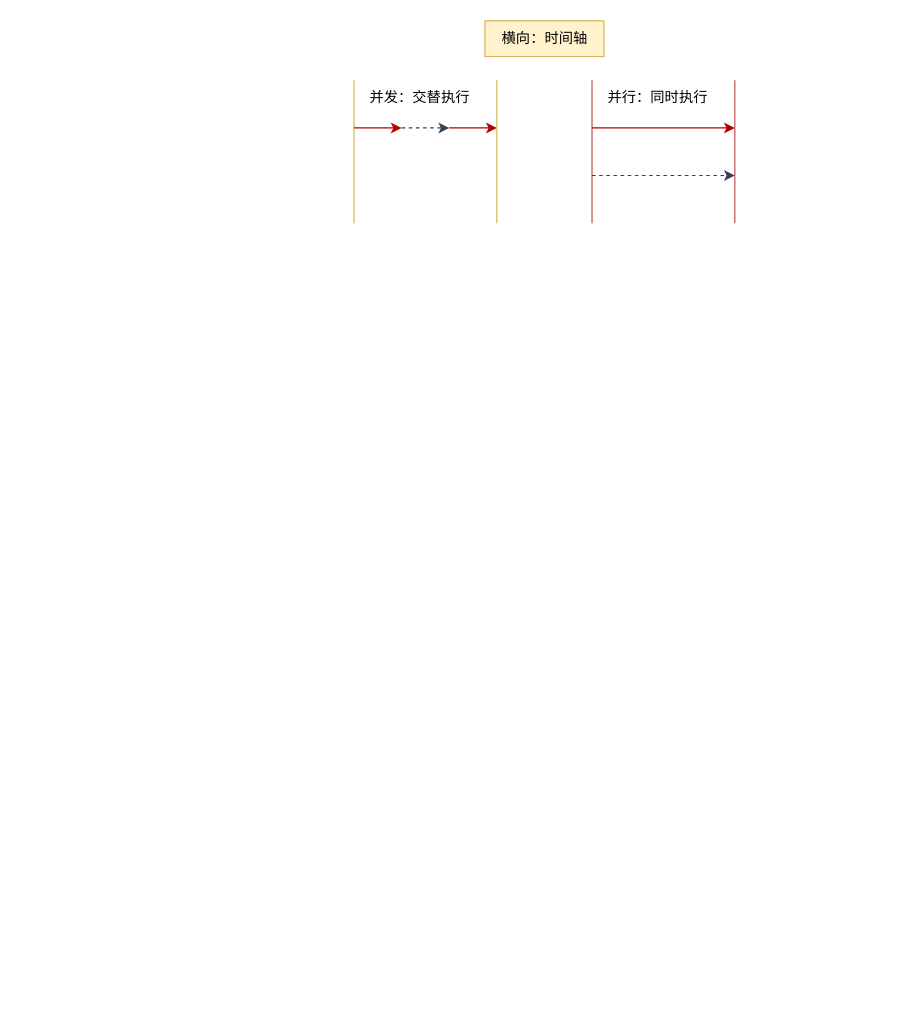
Earlier version of the draw.io diagram huhx-blog.drawio (huhx/huhx_diagram). Source tidied: cells renumbered, new cells numbered last; positions are measured from the earlier drawing's top-left corner, leaving out a move shared by most shapes. Both pictures are drawn from the tidied source at 119%, with x=0, y=0 at pixel (353, 20).
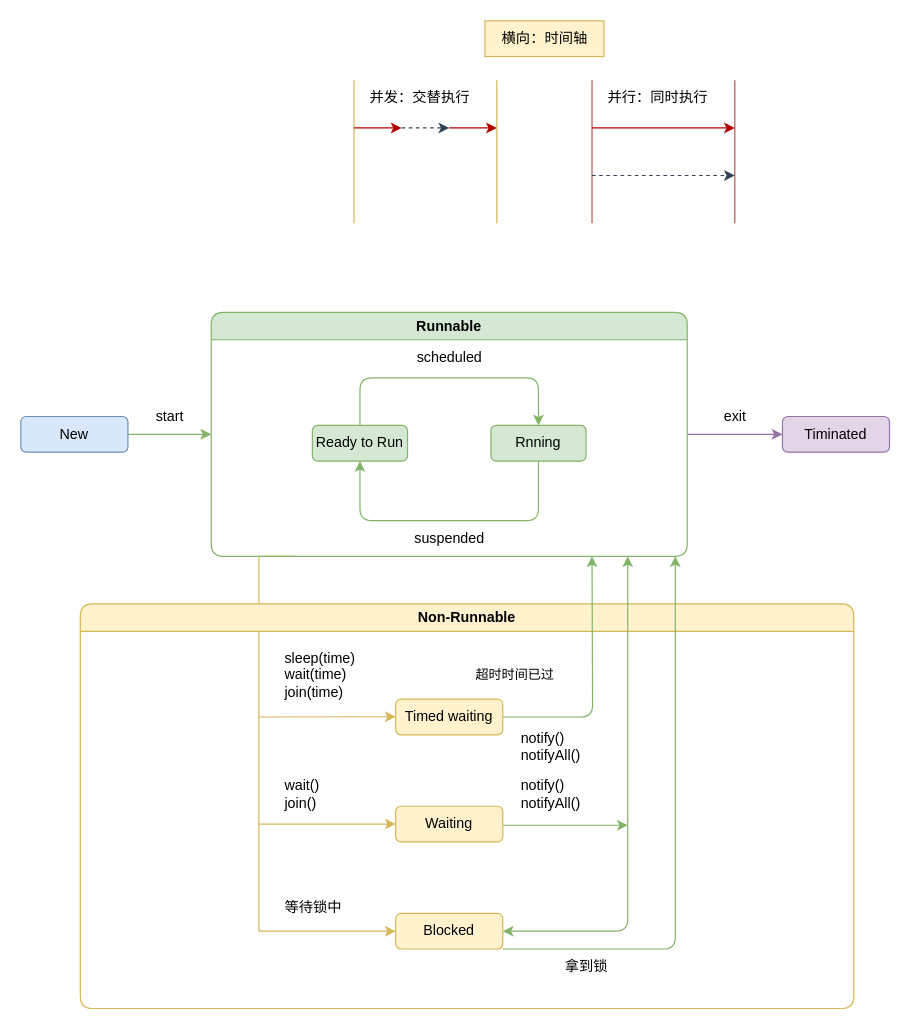
Above is the later version.

Diff of the diagram source:
```diff
@@
+    <mxCell id="14" style="edgeStyle=orthogonalEdgeStyle;rounded=0;jettySize=auto;html=1;entryX=0;entryY=0.5;entryDx=0;entryDy=0;fillColor=#d5e8d4;strokeColor=#82b366;" parent="1" edge="1" source="15" target="19">
+      <mxGeometry relative="1" as="geometry" />
+    </mxCell>
+    <mxCell id="15" value="New" style="rounded=1;whiteSpace=wrap;html=1;fillColor=#dae8fc;strokeColor=#6c8ebf;" parent="1" vertex="1">
+      <mxGeometry x="-280" y="332.5" width="90" height="30" as="geometry" />
+    </mxCell>
+    <mxCell id="16" style="edgeStyle=orthogonalEdgeStyle;rounded=0;orthogonalLoop=1;jettySize=auto;html=1;exitX=0.5;exitY=1;exitDx=0;exitDy=0;" parent="1" edge="1" source="15" target="15">
+      <mxGeometry relative="1" as="geometry" />
+    </mxCell>
+    <mxCell id="17" style="edgeStyle=orthogonalEdgeStyle;rounded=0;jettySize=auto;html=1;fillColor=#e1d5e7;strokeColor=#9673a6;entryX=0;entryY=0.5;entryDx=0;entryDy=0;" parent="1" edge="1" source="19" target="26">
+      <mxGeometry relative="1" as="geometry" />
+    </mxCell>
+    <mxCell id="18" style="edgeStyle=orthogonalEdgeStyle;rounded=0;jettySize=auto;html=1;entryX=0;entryY=0.5;entryDx=0;entryDy=0;fillColor=#fff2cc;strokeColor=#d6b656;" parent="1" edge="1" target="35">
+      <mxGeometry relative="1" as="geometry">
+        <mxPoint x="-50" y="450" as="sourcePoint" />
+        <Array as="points">
+          <mxPoint x="-80" y="450" />
+          <mxPoint x="-80" y="765" />
+        </Array>
+      </mxGeometry>
+    </mxCell>
+    <mxCell id="19" value="Runnable" style="swimlane;whiteSpace=wrap;html=1;fillColor=#d5e8d4;strokeColor=#82b366;rounded=1;" parent="1" vertex="1">
+      <mxGeometry x="-120" y="245" width="400" height="205" as="geometry" />
+    </mxCell>
+    <mxCell id="20" style="edgeStyle=orthogonalEdgeStyle;rounded=1;jettySize=auto;html=1;fillColor=#d5e8d4;strokeColor=#82b366;" parent="19" edge="1" source="21" target="23">
+      <mxGeometry relative="1" as="geometry">
+        <Array as="points">
+          <mxPoint x="125" y="55" />
+          <mxPoint x="275" y="55" />
+        </Array>
+      </mxGeometry>
+    </mxCell>
+    <mxCell id="21" value="Ready to Run" style="rounded=1;whiteSpace=wrap;html=1;fillColor=#d5e8d4;strokeColor=#82b366;" parent="19" vertex="1">
+      <mxGeometry x="85" y="95" width="80" height="30" as="geometry" />
+    </mxCell>
+    <mxCell id="22" style="edgeStyle=orthogonalEdgeStyle;rounded=1;jettySize=auto;html=1;fillColor=#d5e8d4;strokeColor=#82b366;" parent="19" edge="1" source="23" target="21">
+      <mxGeometry relative="1" as="geometry">
+        <Array as="points">
+          <mxPoint x="275" y="175" />
+          <mxPoint x="125" y="175" />
+        </Array>
+      </mxGeometry>
+    </mxCell>
+    <mxCell id="23" value="Rnning" style="rounded=1;whiteSpace=wrap;html=1;fillColor=#d5e8d4;strokeColor=#82b366;" parent="19" vertex="1">
+      <mxGeometry x="235" y="95" width="80" height="30" as="geometry" />
+    </mxCell>
+    <mxCell id="24" value="suspended" style="text;html=1;align=center;verticalAlign=middle;strokeColor=none;fillColor=none;" parent="19" vertex="1">
+      <mxGeometry x="160" y="175" width="80" height="30" as="geometry" />
+    </mxCell>
+    <mxCell id="25" value="scheduled" style="text;html=1;align=center;verticalAlign=middle;strokeColor=none;fillColor=none;" parent="1" vertex="1">
+      <mxGeometry x="40" y="268" width="80" height="30" as="geometry" />
+    </mxCell>
+    <mxCell id="26" value="Timinated" style="rounded=1;whiteSpace=wrap;html=1;fillColor=#e1d5e7;strokeColor=#9673a6;" parent="1" vertex="1">
+      <mxGeometry x="360" y="332.5" width="90" height="30" as="geometry" />
+    </mxCell>
+    <mxCell id="27" value="start" style="text;html=1;align=center;verticalAlign=middle;strokeColor=none;fillColor=none;" parent="1" vertex="1">
+      <mxGeometry x="-180" y="318" width="50" height="30" as="geometry" />
+    </mxCell>
+    <mxCell id="28" value="exit" style="text;html=1;align=center;verticalAlign=middle;strokeColor=none;fillColor=none;" parent="1" vertex="1">
+      <mxGeometry x="300" y="318" width="40" height="30" as="geometry" />
+    </mxCell>
+    <mxCell id="29" value="Non-Runnable" style="swimlane;whiteSpace=wrap;html=1;rounded=1;fillColor=#fff2cc;strokeColor=#d6b656;" parent="1" vertex="1">
+      <mxGeometry x="-230" y="490" width="650" height="340" as="geometry" />
+    </mxCell>
+    <mxCell id="30" style="edgeStyle=orthogonalEdgeStyle;rounded=1;jettySize=auto;html=1;fillColor=#d5e8d4;strokeColor=#82b366;" parent="29" edge="1" source="31">
+      <mxGeometry relative="1" as="geometry">
+        <mxPoint x="430" y="-40" as="targetPoint" />
+      </mxGeometry>
+    </mxCell>
+    <mxCell id="31" value="Timed waiting" style="rounded=1;whiteSpace=wrap;html=1;fillColor=#fff2cc;strokeColor=#d6b656;" parent="29" vertex="1">
+      <mxGeometry x="265" y="80" width="90" height="30" as="geometry" />
+    </mxCell>
+    <mxCell id="32" style="edgeStyle=orthogonalEdgeStyle;rounded=0;orthogonalLoop=1;jettySize=auto;html=1;fillColor=#d5e8d4;strokeColor=#82b366;" parent="29" edge="1">
+      <mxGeometry relative="1" as="geometry">
+        <mxPoint x="350" y="186" as="sourcePoint" />
+        <mxPoint x="460" y="186" as="targetPoint" />
+      </mxGeometry>
+    </mxCell>
+    <mxCell id="33" value="Waiting" style="rounded=1;whiteSpace=wrap;html=1;fillColor=#fff2cc;strokeColor=#d6b656;" parent="29" vertex="1">
+      <mxGeometry x="265" y="170" width="90" height="30" as="geometry" />
+    </mxCell>
+    <mxCell id="34" style="edgeStyle=orthogonalEdgeStyle;rounded=1;jettySize=auto;html=1;exitX=1;exitY=0.5;exitDx=0;exitDy=0;strokeColor=#82b366;startArrow=classic;startFill=1;fillColor=#d5e8d4;" parent="29" edge="1" source="35">
+      <mxGeometry relative="1" as="geometry">
+        <mxPoint x="460" y="-40" as="targetPoint" />
+        <Array as="points">
+          <mxPoint x="460" y="275" />
+          <mxPoint x="460" y="-40" />
+        </Array>
+      </mxGeometry>
+    </mxCell>
+    <mxCell id="35" value="Blocked" style="rounded=1;whiteSpace=wrap;html=1;fillColor=#fff2cc;strokeColor=#d6b656;" parent="29" vertex="1">
+      <mxGeometry x="265" y="260" width="90" height="30" as="geometry" />
+    </mxCell>
+    <mxCell id="36" value="拿到锁" style="text;html=1;align=center;verticalAlign=middle;strokeColor=none;fillColor=none;" parent="29" vertex="1">
+      <mxGeometry x="395" y="290" width="60" height="30" as="geometry" />
+    </mxCell>
+    <mxCell id="37" value="&lt;div style=&quot;text-align: left;&quot;&gt;&lt;span style=&quot;background-color: initial;&quot;&gt;notify()&lt;/span&gt;&lt;/div&gt;notifyAll()" style="text;html=1;align=center;verticalAlign=middle;strokeColor=none;fillColor=none;" parent="29" vertex="1">
+      <mxGeometry x="360" y="140" width="70" height="40" as="geometry" />
+    </mxCell>
+    <mxCell id="38" value="&lt;div style=&quot;text-align: left;&quot;&gt;&lt;span style=&quot;background-color: initial;&quot;&gt;notify()&lt;/span&gt;&lt;/div&gt;notifyAll()" style="text;html=1;align=center;verticalAlign=middle;strokeColor=none;fillColor=none;" parent="29" vertex="1">
+      <mxGeometry x="360" y="100" width="70" height="40" as="geometry" />
+    </mxCell>
+    <mxCell id="39" value="&lt;font style=&quot;font-size: 11px;&quot;&gt;超时时间已过&lt;/font&gt;" style="text;html=1;align=center;verticalAlign=middle;strokeColor=none;fillColor=none;" parent="29" vertex="1">
+      <mxGeometry x="320" y="45" width="90" height="30" as="geometry" />
+    </mxCell>
+    <mxCell id="40" value="等待锁中" style="text;html=1;align=left;verticalAlign=middle;strokeColor=none;fillColor=none;" parent="29" vertex="1">
+      <mxGeometry x="170" y="240" width="70" height="30" as="geometry" />
+    </mxCell>
+    <mxCell id="41" style="endArrow=classic;html=1;rounded=0;entryX=0;entryY=0.5;entryDx=0;entryDy=0;fillColor=#fff2cc;strokeColor=#d6b656;" parent="29" edge="1">
+      <mxGeometry relative="1" as="geometry">
+        <mxPoint x="150" y="95" as="sourcePoint" />
+        <mxPoint x="265" y="94.8" as="targetPoint" />
+      </mxGeometry>
+    </mxCell>
+    <mxCell id="42" value="sleep(time)&lt;br&gt;wait(time)&lt;br&gt;join(time)" style="text;html=1;align=left;verticalAlign=middle;strokeColor=none;fillColor=none;" parent="29" vertex="1">
+      <mxGeometry x="170" y="30" width="80" height="60" as="geometry" />
+    </mxCell>
+    <mxCell id="43" value="wait()&lt;br&gt;join()" style="text;html=1;align=left;verticalAlign=middle;strokeColor=none;fillColor=none;" parent="29" vertex="1">
+      <mxGeometry x="170" y="140" width="50" height="40" as="geometry" />
+    </mxCell>
+    <mxCell id="44" style="edgeStyle=orthogonalEdgeStyle;rounded=1;jettySize=auto;html=1;fillColor=#d5e8d4;strokeColor=#82b366;" parent="1" edge="1" source="35">
+      <mxGeometry relative="1" as="geometry">
+        <mxPoint x="270" y="450" as="targetPoint" />
+        <Array as="points">
+          <mxPoint x="270" y="780" />
+          <mxPoint x="270" y="450" />
+        </Array>
+      </mxGeometry>
+    </mxCell>
+    <mxCell id="45" style="endArrow=classic;html=1;rounded=0;entryX=0;entryY=0.5;entryDx=0;entryDy=0;fillColor=#fff2cc;strokeColor=#d6b656;" parent="1" edge="1" target="33">
+      <mxGeometry relative="1" as="geometry">
+        <mxPoint x="-80" y="675" as="sourcePoint" />
+      </mxGeometry>
+    </mxCell>
```
